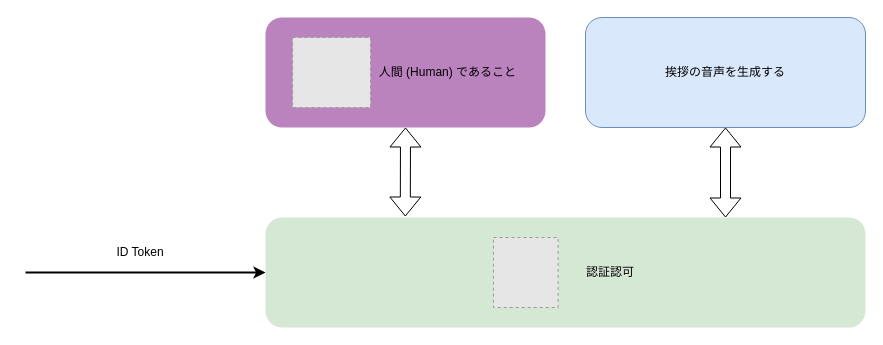
This is page "opa" (2 of 2) of image/use-openapi-generator.drawio from edward-mamezou/use-openapi-generator, a draw.io file, before an edit. Source tidied: cells renumbered, new cells numbered last; positions are measured from the earlier drawing's top-left corner, leaving out a move shared by most shapes. Both pictures are drawn from the tidied source at 100%, with x=0, y=0 at pixel (25, 17). Pictures stored in the file or linked from it are replaced by grey dashed boxes.
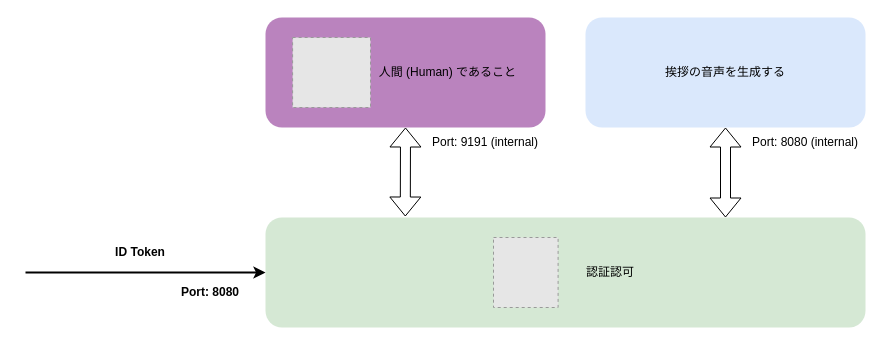
The same diagram, later.

Diff of the diagram source:
```diff
@@
 <mxGraphModel>
   <root>
     <mxCell id="0" />
     <mxCell id="1" parent="0" />
     <mxCell id="2" style="rounded=1;whiteSpace=wrap;html=1;fillColor=#d5e8d4;strokeColor=none;" parent="1" vertex="1">
       <mxGeometry x="240" y="200" width="600" height="110" as="geometry" />
     </mxCell>
     <mxCell id="3" style="endArrow=classic;html=1;rounded=0;entryX=0;entryY=0.5;entryDx=0;entryDy=0;strokeWidth=2;" parent="1" edge="1" target="2">
       <mxGeometry relative="1" as="geometry">
         <mxPoint y="255" as="sourcePoint" />
       </mxGeometry>
     </mxCell>
-    <mxCell id="4" value="挨拶の音声を生成する" style="rounded=1;whiteSpace=wrap;html=1;fillColor=#dae8fc;strokeColor=#6c8ebf;" parent="1" vertex="1">
+    <mxCell id="4" value="挨拶の音声を生成する" style="rounded=1;whiteSpace=wrap;html=1;fillColor=#dae8fc;strokeColor=none;" parent="1" vertex="1">
       <mxGeometry x="560" width="280" height="110" as="geometry" />
     </mxCell>
-    <mxCell id="5" value="ID Token" style="text;html=1;strokeColor=none;fillColor=none;align=center;verticalAlign=middle;whiteSpace=wrap;rounded=0;" parent="1" vertex="1">
+    <mxCell id="5" value="ID Token" style="text;html=1;strokeColor=none;fillColor=none;align=center;verticalAlign=middle;whiteSpace=wrap;rounded=0;fontStyle=1;" parent="1" vertex="1">
       <mxGeometry x="20" y="220" width="190" height="30" as="geometry" />
     </mxCell>
     <mxCell id="6" style="rounded=1;whiteSpace=wrap;html=1;fillColor=#BA83BE;strokeColor=none;" parent="1" vertex="1">
       <mxGeometry x="240" width="280" height="110" as="geometry" />
     </mxCell>
     <mxCell id="7" style="group;" parent="1" vertex="1">
       <mxGeometry x="267.1" y="20" width="225.9" height="70" as="geometry" />
     </mxCell>
     <mxCell id="8" value="人間 (Human) であること" style="text;html=1;strokeColor=none;fillColor=none;align=right;verticalAlign=middle;whiteSpace=wrap;rounded=0;" parent="7" vertex="1">
       <mxGeometry x="77.9" y="20" width="147.9" height="30" as="geometry" />
     </mxCell>
     <mxCell id="9" style="fillColor=#E6E6E6;strokeColor=#999999;dashed=1;verticalLabelPosition=bottom;labelBackgroundColor=default;verticalAlign=top;" parent="7" vertex="1">
       <mxGeometry width="77.9" height="70" as="geometry" />
     </mxCell>
     <mxCell id="10" style="group;" parent="1" vertex="1">
       <mxGeometry x="468" y="220" width="143.1" height="70" as="geometry" />
     </mxCell>
     <mxCell id="11" style="fillColor=#E6E6E6;strokeColor=#999999;dashed=1;verticalLabelPosition=bottom;labelBackgroundColor=default;verticalAlign=top;" parent="10" vertex="1">
       <mxGeometry width="64.6" height="70" as="geometry" />
     </mxCell>
     <mxCell id="12" value="認証認可" style="text;html=1;strokeColor=none;fillColor=none;align=right;verticalAlign=middle;whiteSpace=wrap;rounded=0;" parent="10" vertex="1">
       <mxGeometry x="83.1" y="20" width="60" height="30" as="geometry" />
     </mxCell>
     <mxCell id="13" style="shape=flexArrow;endArrow=classic;startArrow=classic;html=1;rounded=0;entryX=0.5;entryY=1;entryDx=0;entryDy=0;exitX=0.233;exitY=-0.009;exitDx=0;exitDy=0;exitPerimeter=0;" parent="1" edge="1" source="2" target="6">
       <mxGeometry relative="1" as="geometry" />
     </mxCell>
     <mxCell id="14" style="shape=flexArrow;endArrow=classic;startArrow=classic;html=1;rounded=0;" parent="1" edge="1" target="4">
       <mxGeometry relative="1" as="geometry">
         <mxPoint x="700" y="200" as="sourcePoint" />
       </mxGeometry>
     </mxCell>
+    <mxCell id="15" value="Port: 8080" style="text;html=1;strokeColor=none;fillColor=none;align=center;verticalAlign=middle;whiteSpace=wrap;rounded=0;fontStyle=1;" parent="1" vertex="1">
+      <mxGeometry x="150" y="260" width="70" height="30" as="geometry" />
+    </mxCell>
+    <mxCell id="16" value="Port: 8080 (internal)" style="text;html=1;strokeColor=none;fillColor=none;align=center;verticalAlign=middle;whiteSpace=wrap;rounded=0;" parent="1" vertex="1">
+      <mxGeometry x="720" y="110" width="120" height="30" as="geometry" />
+    </mxCell>
+    <mxCell id="17" value="Port: 9191 (internal)" style="text;html=1;strokeColor=none;fillColor=none;align=center;verticalAlign=middle;whiteSpace=wrap;rounded=0;" parent="1" vertex="1">
+      <mxGeometry x="400" y="110" width="120" height="30" as="geometry" />
+    </mxCell>
   </root>
 </mxGraphModel>
```
